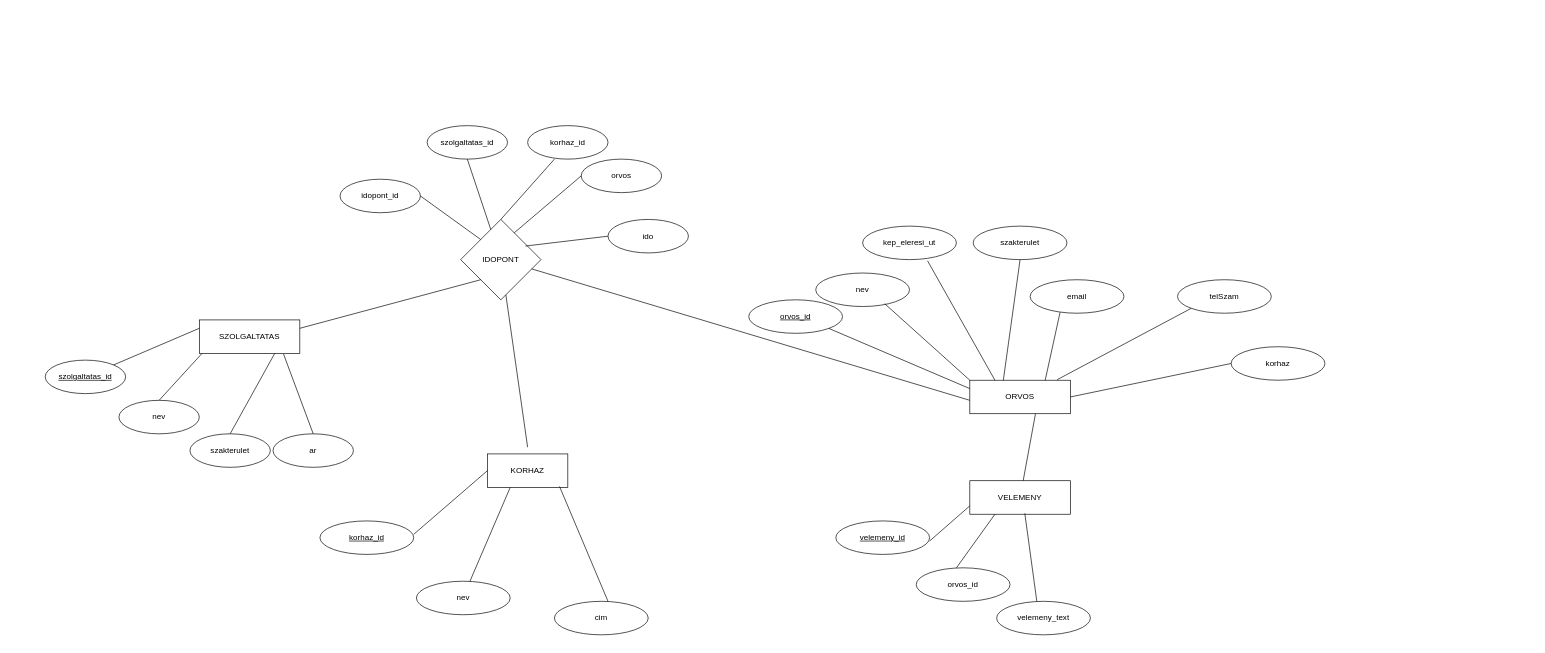
Above: db/EK_Modell.drawio in horvathbence06/Vizsgaremek (draw.io), before the change. Source tidied: cells renumbered, new cells numbered last; positions are measured from the earlier drawing's top-left corner, leaving out a move shared by most shapes. Both pictures are drawn from the tidied source at 67%, with x=0, y=0 at pixel (45, 125).
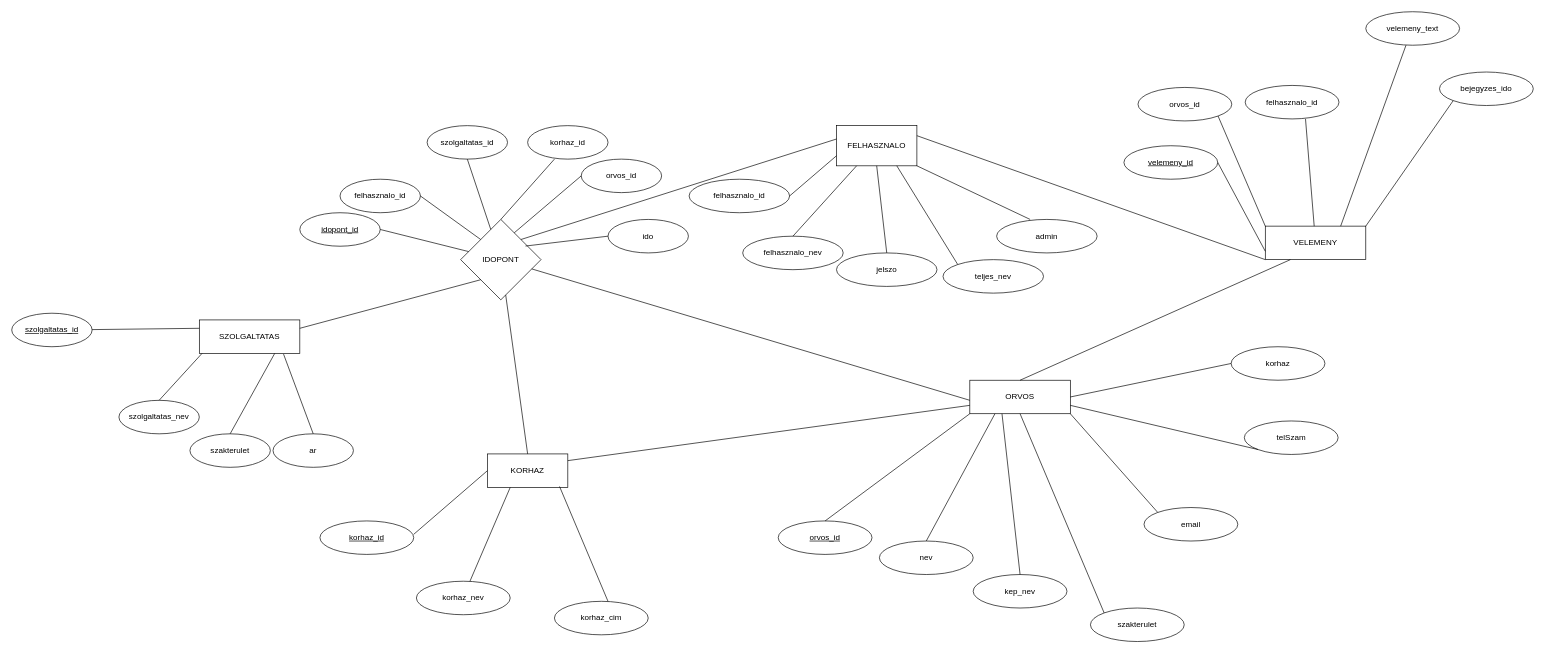
After the change.

Commit message (it also covers changes not shown here):
uml model

Unchanged cells that the change refers to:
```xml
<mxCell id="2" value="KORHAZ" style="rounded=0;whiteSpace=wrap;html=1;" parent="1" vertex="1">
  <mxGeometry x="660" y="490" width="120" height="50" as="geometry" />
</mxCell>
<mxCell id="3" value="ORVOS" style="rounded=0;whiteSpace=wrap;html=1;" parent="1" vertex="1">
  <mxGeometry x="1380" y="380" width="150" height="50" as="geometry" />
</mxCell>
<mxCell id="5" value="IDOPONT" style="rhombus;whiteSpace=wrap;html=1;" parent="1" vertex="1">
  <mxGeometry x="620" y="140" width="120" height="120" as="geometry" />
</mxCell>
```

Change to the diagram source:
```diff
@@
     <mxCell id="6" value="nev" style="ellipse;whiteSpace=wrap;html=1;" parent="1" vertex="1">
-      <mxGeometry x="1150" y="220" width="140" height="50" as="geometry" />
+      <mxGeometry x="1245" y="620" width="140" height="50" as="geometry" />
     </mxCell>
-    <mxCell id="7" style="endArrow=none;html=1;rounded=0;entryX=0.735;entryY=0.915;entryDx=0;entryDy=0;exitX=0;exitY=0;exitDx=0;exitDy=0;endFill=0;entryPerimeter=0;" parent="1" edge="1" source="3" target="6">
+    <mxCell id="7" style="endArrow=none;html=1;rounded=0;entryX=0.25;entryY=1;entryDx=0;entryDy=0;exitX=0.5;exitY=0;exitDx=0;exitDy=0;endFill=0;" parent="1" edge="1" source="6" target="3">
       <mxGeometry relative="1" as="geometry" />
     </mxCell>
-    <mxCell id="8" value="kep_eleresi_ut" style="ellipse;whiteSpace=wrap;html=1;" parent="1" vertex="1">
-      <mxGeometry x="1220" y="150" width="140" height="50" as="geometry" />
+    <mxCell id="8" value="kep_nev" style="ellipse;whiteSpace=wrap;html=1;" parent="1" vertex="1">
+      <mxGeometry x="1385" y="670" width="140" height="50" as="geometry" />
     </mxCell>
-    <mxCell id="9" style="endArrow=none;html=1;rounded=0;exitX=0.25;exitY=0;exitDx=0;exitDy=0;endFill=0;entryX=0.692;entryY=1.035;entryDx=0;entryDy=0;entryPerimeter=0;" parent="1" edge="1" source="3" target="8">
-      <mxGeometry relative="1" as="geometry" />
+    <mxCell id="9" style="endArrow=none;html=1;rounded=0;endFill=0;entryX=0.5;entryY=0;entryDx=0;entryDy=0;" parent="1" edge="1" target="8">
+      <mxGeometry relative="1" as="geometry">
+        <mxPoint x="1428" y="430" as="sourcePoint" />
+      </mxGeometry>
     </mxCell>
     <mxCell id="10" value="szakterulet" style="ellipse;whiteSpace=wrap;html=1;" parent="1" vertex="1">
-      <mxGeometry x="1385" y="150" width="140" height="50" as="geometry" />
+      <mxGeometry x="1560" y="720" width="140" height="50" as="geometry" />
     </mxCell>
-    <mxCell id="11" style="endArrow=none;html=1;rounded=0;exitX=0.5;exitY=1;exitDx=0;exitDy=0;endFill=0;" parent="1" edge="1" source="10">
-      <mxGeometry relative="1" as="geometry">
-        <mxPoint x="1430" y="380" as="targetPoint" />
-      </mxGeometry>
+    <mxCell id="11" style="endArrow=none;html=1;rounded=0;exitX=0;exitY=0;exitDx=0;exitDy=0;endFill=0;entryX=0.5;entryY=1;entryDx=0;entryDy=0;" parent="1" edge="1" source="10" target="3">
+      <mxGeometry relative="1" as="geometry" />
     </mxCell>
     <mxCell id="12" value="email" style="ellipse;whiteSpace=wrap;html=1;" parent="1" vertex="1">
-      <mxGeometry x="1470" y="230" width="140" height="50" as="geometry" />
+      <mxGeometry x="1640" y="570" width="140" height="50" as="geometry" />
     </mxCell>
-    <mxCell id="13" style="endArrow=none;html=1;rounded=0;entryX=0.75;entryY=0;entryDx=0;entryDy=0;exitX=0.319;exitY=0.976;exitDx=0;exitDy=0;endFill=0;exitPerimeter=0;" parent="1" edge="1" source="12" target="3">
+    <mxCell id="13" style="endArrow=none;html=1;rounded=0;entryX=1;entryY=1;entryDx=0;entryDy=0;exitX=0;exitY=0;exitDx=0;exitDy=0;endFill=0;" parent="1" edge="1" source="12" target="3">
       <mxGeometry relative="1" as="geometry" />
     </mxCell>
     <mxCell id="14" value="telSzam" style="ellipse;whiteSpace=wrap;html=1;" parent="1" vertex="1">
-      <mxGeometry x="1690" y="230" width="140" height="50" as="geometry" />
+      <mxGeometry x="1789.7" y="440.8" width="140" height="50" as="geometry" />
     </mxCell>
-    <mxCell id="15" style="endArrow=none;html=1;rounded=0;entryX=0;entryY=1;entryDx=0;entryDy=0;exitX=0.869;exitY=-0.016;exitDx=0;exitDy=0;endFill=0;exitPerimeter=0;" parent="1" edge="1" source="3" target="14">
+    <mxCell id="15" style="endArrow=none;html=1;rounded=0;entryX=0;entryY=1;entryDx=0;entryDy=0;exitX=1;exitY=0.75;exitDx=0;exitDy=0;endFill=0;" parent="1" edge="1" source="3" target="14">
       <mxGeometry relative="1" as="geometry" />
     </mxCell>
@@
     <mxCell id="18" value="&lt;u&gt;orvos_id&lt;/u&gt;" style="ellipse;whiteSpace=wrap;html=1;" parent="1" vertex="1">
-      <mxGeometry x="1050" y="260" width="140" height="50" as="geometry" />
+      <mxGeometry x="1094" y="590" width="140" height="50" as="geometry" />
     </mxCell>
-    <mxCell id="19" style="endArrow=none;html=1;rounded=0;entryX=1;entryY=1;entryDx=0;entryDy=0;exitX=0;exitY=0.25;exitDx=0;exitDy=0;endFill=0;" parent="1" edge="1" source="3" target="18">
+    <mxCell id="19" style="endArrow=none;html=1;rounded=0;entryX=0.5;entryY=0;entryDx=0;entryDy=0;exitX=0;exitY=1;exitDx=0;exitDy=0;endFill=0;" parent="1" edge="1" source="3" target="18">
       <mxGeometry relative="1" as="geometry" />
     </mxCell>
     <mxCell id="20" value="VELEMENY" style="rounded=0;whiteSpace=wrap;html=1;" parent="1" vertex="1">
-      <mxGeometry x="1380" y="530" width="150" height="50" as="geometry" />
+      <mxGeometry x="1821" y="150" width="150" height="50" as="geometry" />
     </mxCell>
     <mxCell id="21" value="&lt;u&gt;velemeny_id&lt;/u&gt;" style="ellipse;whiteSpace=wrap;html=1;" parent="1" vertex="1">
-      <mxGeometry x="1180" y="590" width="140" height="50" as="geometry" />
+      <mxGeometry x="1610" y="30" width="140" height="50" as="geometry" />
     </mxCell>
-    <mxCell id="22" style="endArrow=none;html=1;rounded=0;entryX=0.5;entryY=0;entryDx=0;entryDy=0;exitX=0;exitY=0.75;exitDx=0;exitDy=0;endFill=0;" parent="1" edge="1" source="20">
-      <mxGeometry relative="1" as="geometry">
-        <mxPoint x="1320" y="620" as="targetPoint" />
-      </mxGeometry>
+    <mxCell id="22" style="endArrow=none;html=1;rounded=0;entryX=1;entryY=0.5;entryDx=0;entryDy=0;exitX=0;exitY=0.75;exitDx=0;exitDy=0;endFill=0;" parent="1" edge="1" source="20" target="21">
+      <mxGeometry relative="1" as="geometry" />
     </mxCell>
     <mxCell id="23" value="orvos_id" style="ellipse;whiteSpace=wrap;html=1;" parent="1" vertex="1">
-      <mxGeometry x="1300" y="660" width="140" height="50" as="geometry" />
+      <mxGeometry x="1631" y="-57" width="140" height="50" as="geometry" />
     </mxCell>
-    <mxCell id="24" style="endArrow=none;html=1;rounded=0;entryX=0.5;entryY=0;entryDx=0;entryDy=0;exitX=0.25;exitY=1;exitDx=0;exitDy=0;endFill=0;" parent="1" edge="1" source="20">
-      <mxGeometry relative="1" as="geometry">
-        <mxPoint x="1360" y="660" as="targetPoint" />
-      </mxGeometry>
+    <mxCell id="24" style="endArrow=none;html=1;rounded=0;exitX=0;exitY=0;exitDx=0;exitDy=0;endFill=0;entryX=1;entryY=1;entryDx=0;entryDy=0;" parent="1" edge="1" source="20" target="23">
+      <mxGeometry relative="1" as="geometry" />
     </mxCell>
     <mxCell id="25" value="velemeny_text" style="ellipse;whiteSpace=wrap;html=1;" parent="1" vertex="1">
-      <mxGeometry x="1420" y="710" width="140" height="50" as="geometry" />
+      <mxGeometry x="1971" y="-170" width="140" height="50" as="geometry" />
     </mxCell>
-    <mxCell id="26" style="endArrow=none;html=1;rounded=0;entryX=0.5;entryY=0;entryDx=0;entryDy=0;exitX=0.547;exitY=0.973;exitDx=0;exitDy=0;endFill=0;exitPerimeter=0;" parent="1" edge="1" source="20">
+    <mxCell id="26" style="endArrow=none;html=1;rounded=0;exitX=0.75;exitY=0;exitDx=0;exitDy=0;endFill=0;" parent="1" edge="1" source="20">
       <mxGeometry relative="1" as="geometry">
-        <mxPoint x="1480" y="710" as="targetPoint" />
+        <mxPoint x="2031" y="-120" as="targetPoint" />
       </mxGeometry>
     </mxCell>
@@
-    <mxCell id="29" value="nev" style="ellipse;whiteSpace=wrap;html=1;" parent="1" vertex="1">
+    <mxCell id="29" value="korhaz_nev" style="ellipse;whiteSpace=wrap;html=1;" parent="1" vertex="1">
       <mxGeometry x="554" y="680" width="140" height="50" as="geometry" />
     </mxCell>
@@
-    <mxCell id="31" value="cim" style="ellipse;whiteSpace=wrap;html=1;" parent="1" vertex="1">
+    <mxCell id="31" value="korhaz_cim" style="ellipse;whiteSpace=wrap;html=1;" parent="1" vertex="1">
       <mxGeometry x="760" y="710" width="140" height="50" as="geometry" />
     </mxCell>
@@
     <mxCell id="33" value="&lt;u&gt;szolgaltatas_id&lt;/u&gt;" style="ellipse;whiteSpace=wrap;html=1;" parent="1" vertex="1">
-      <mxGeometry y="350" width="120" height="50" as="geometry" />
+      <mxGeometry x="-50" y="280" width="120" height="50" as="geometry" />
     </mxCell>
@@
-    <mxCell id="35" value="nev" style="ellipse;whiteSpace=wrap;html=1;" parent="1" vertex="1">
+    <mxCell id="35" value="szolgaltatas_nev" style="ellipse;whiteSpace=wrap;html=1;" parent="1" vertex="1">
       <mxGeometry x="110" y="410" width="120" height="50" as="geometry" />
     </mxCell>
@@
-    <mxCell id="41" value="idopont_id" style="ellipse;whiteSpace=wrap;html=1;" parent="1" vertex="1">
+    <mxCell id="41" value="felhasznalo_id" style="ellipse;whiteSpace=wrap;html=1;" parent="1" vertex="1">
       <mxGeometry x="440" y="80" width="120" height="50" as="geometry" />
     </mxCell>
@@
-    <mxCell id="47" value="orvos" style="ellipse;whiteSpace=wrap;html=1;" parent="1" vertex="1">
+    <mxCell id="47" value="orvos_id" style="ellipse;whiteSpace=wrap;html=1;" parent="1" vertex="1">
       <mxGeometry x="800" y="50" width="120" height="50" as="geometry" />
     </mxCell>
@@
-    <mxCell id="52" style="endArrow=none;html=1;rounded=0;endFill=0;" parent="1" edge="1" target="5">
-      <mxGeometry relative="1" as="geometry">
-        <mxPoint x="720" y="480" as="sourcePoint" />
-      </mxGeometry>
+    <mxCell id="52" style="endArrow=none;html=1;rounded=0;endFill=0;exitX=0.5;exitY=0;exitDx=0;exitDy=0;" parent="1" edge="1" source="2" target="5">
+      <mxGeometry relative="1" as="geometry" />
     </mxCell>
@@
-    <mxCell id="54" style="endArrow=none;html=1;rounded=0;exitX=0.25;exitY=1;exitDx=0;exitDy=0;endFill=0;" parent="1" edge="1" target="20">
-      <mxGeometry relative="1" as="geometry">
-        <mxPoint x="1478" y="430" as="sourcePoint" />
-      </mxGeometry>
+    <mxCell id="54" style="endArrow=none;html=1;rounded=0;exitX=0.643;exitY=1;exitDx=0;exitDy=0;endFill=0;exitPerimeter=0;" parent="1" edge="1" source="71" target="20">
+      <mxGeometry relative="1" as="geometry" />
     </mxCell>
+    <mxCell id="55" style="endArrow=none;html=1;rounded=0;entryX=0;entryY=0.75;entryDx=0;entryDy=0;" parent="1" edge="1" target="3">
+      <mxGeometry relative="1" as="geometry">
+        <mxPoint x="780" y="500" as="sourcePoint" />
+      </mxGeometry>
+    </mxCell>
+    <mxCell id="56" value="bejegyzes_ido" style="ellipse;whiteSpace=wrap;html=1;" parent="1" vertex="1">
+      <mxGeometry x="2081" y="-80" width="140" height="50" as="geometry" />
+    </mxCell>
+    <mxCell id="57" style="endArrow=none;html=1;rounded=0;entryX=0;entryY=1;entryDx=0;entryDy=0;exitX=1;exitY=0;exitDx=0;exitDy=0;endFill=0;" parent="1" edge="1" source="20" target="56">
+      <mxGeometry relative="1" as="geometry" />
+    </mxCell>
+    <mxCell id="58" value="&lt;u&gt;idopont_id&lt;/u&gt;" style="ellipse;whiteSpace=wrap;html=1;" parent="1" vertex="1">
+      <mxGeometry x="380" y="130" width="120" height="50" as="geometry" />
+    </mxCell>
+    <mxCell id="59" style="endArrow=none;html=1;rounded=0;entryX=0.5;entryY=0;entryDx=0;entryDy=0;endFill=0;" parent="1" edge="1" source="5">
+      <mxGeometry relative="1" as="geometry">
+        <mxPoint x="500" y="155" as="targetPoint" />
+      </mxGeometry>
+    </mxCell>
+    <mxCell id="60" value="FELHASZNALO" style="rounded=0;whiteSpace=wrap;html=1;" parent="1" vertex="1">
+      <mxGeometry x="1181" width="120" height="60" as="geometry" />
+    </mxCell>
+    <mxCell id="61" value="felhasznalo_id" style="ellipse;whiteSpace=wrap;html=1;" parent="1" vertex="1">
+      <mxGeometry x="961" y="80" width="150" height="50" as="geometry" />
+    </mxCell>
+    <mxCell id="62" style="endArrow=none;html=1;rounded=0;entryX=0;entryY=0.75;entryDx=0;entryDy=0;exitX=1;exitY=0.5;exitDx=0;exitDy=0;" parent="1" edge="1" source="61" target="60">
+      <mxGeometry relative="1" as="geometry" />
+    </mxCell>
+    <mxCell id="63" value="felhasznalo_nev" style="ellipse;whiteSpace=wrap;html=1;" parent="1" vertex="1">
+      <mxGeometry x="1041" y="165" width="150" height="50" as="geometry" />
+    </mxCell>
+    <mxCell id="64" style="endArrow=none;html=1;rounded=0;entryX=0.25;entryY=1;entryDx=0;entryDy=0;exitX=0.5;exitY=0;exitDx=0;exitDy=0;" parent="1" edge="1" source="63" target="60">
+      <mxGeometry relative="1" as="geometry" />
+    </mxCell>
+    <mxCell id="65" value="jelszo" style="ellipse;whiteSpace=wrap;html=1;" parent="1" vertex="1">
+      <mxGeometry x="1181" y="190" width="150" height="50" as="geometry" />
+    </mxCell>
+    <mxCell id="66" style="endArrow=none;html=1;rounded=0;entryX=0.5;entryY=1;entryDx=0;entryDy=0;exitX=0.5;exitY=0;exitDx=0;exitDy=0;" parent="1" edge="1" source="65" target="60">
+      <mxGeometry relative="1" as="geometry" />
+    </mxCell>
+    <mxCell id="67" value="teljes_nev" style="ellipse;whiteSpace=wrap;html=1;" parent="1" vertex="1">
+      <mxGeometry x="1340" y="200" width="150" height="50" as="geometry" />
+    </mxCell>
+    <mxCell id="68" style="endArrow=none;html=1;rounded=0;entryX=0.75;entryY=1;entryDx=0;entryDy=0;exitX=0;exitY=0;exitDx=0;exitDy=0;" parent="1" edge="1" source="67" target="60">
+      <mxGeometry relative="1" as="geometry" />
+    </mxCell>
+    <mxCell id="69" style="endArrow=none;html=1;rounded=0;entryX=0;entryY=0.5;entryDx=0;entryDy=0;exitX=1;exitY=1;exitDx=0;exitDy=0;" parent="1" edge="1" source="60">
+      <mxGeometry relative="1" as="geometry">
+        <mxPoint x="1470" y="140" as="targetPoint" />
+      </mxGeometry>
+    </mxCell>
+    <mxCell id="70" value="admin" style="ellipse;whiteSpace=wrap;html=1;" parent="1" vertex="1">
+      <mxGeometry x="1420" y="140" width="150" height="50" as="geometry" />
+    </mxCell>
+    <mxCell id="71" value="felhasznalo_id" style="ellipse;whiteSpace=wrap;html=1;" parent="1" vertex="1">
+      <mxGeometry x="1791" y="-60" width="140" height="50" as="geometry" />
+    </mxCell>
+    <mxCell id="72" style="endArrow=none;html=1;rounded=0;exitX=0.5;exitY=0;exitDx=0;exitDy=0;endFill=0;entryX=0.25;entryY=1;entryDx=0;entryDy=0;" parent="1" edge="1" source="3" target="20">
+      <mxGeometry relative="1" as="geometry" />
+    </mxCell>
+    <mxCell id="73" style="endArrow=none;html=1;rounded=0;entryX=0;entryY=0.75;entryDx=0;entryDy=0;exitX=1;exitY=0;exitDx=0;exitDy=0;" parent="1" edge="1" source="5">
+      <mxGeometry relative="1" as="geometry">
+        <mxPoint x="1181" y="20" as="targetPoint" />
+      </mxGeometry>
+    </mxCell>
+    <mxCell id="74" style="endArrow=none;html=1;rounded=0;entryX=0;entryY=0.75;entryDx=0;entryDy=0;exitX=1;exitY=0.25;exitDx=0;exitDy=0;" parent="1" edge="1" source="60">
+      <mxGeometry relative="1" as="geometry">
+        <mxPoint x="1821" y="200" as="targetPoint" />
+      </mxGeometry>
+    </mxCell>
```
